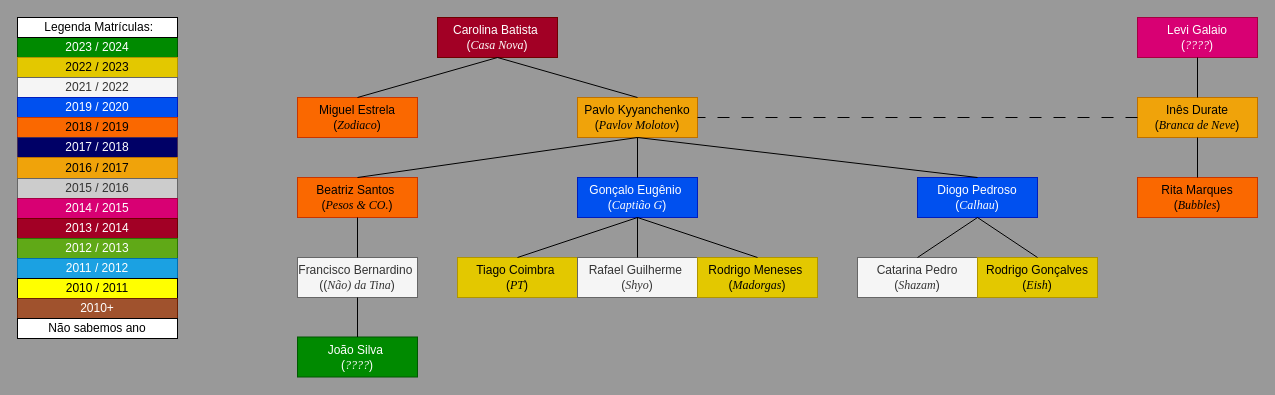
Above: Draw.io/Familia_da_Carolina_Batista.drawio in pdmtmr/PDMTMRTESTLOCATION-AKA-ARBUSTO (draw.io), before the change. Source tidied: cells renumbered, new cells numbered last; positions are measured from the earlier drawing's top-left corner, leaving out a move shared by most shapes. Both pictures are drawn from the tidied source at 100%, with x=0, y=0 at pixel (17, 17).
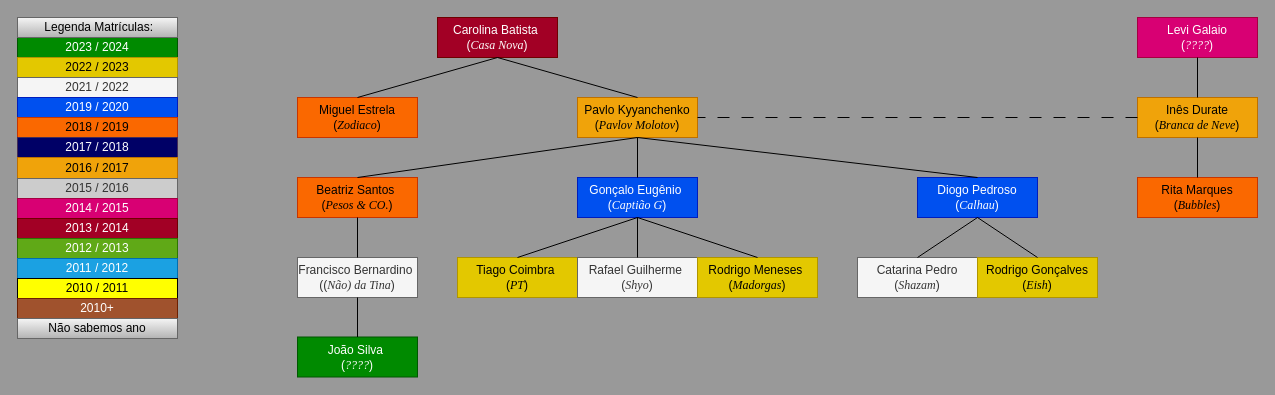
After the change.

The edit, as a diff of the source:
```diff
@@
-    <mxCell id="7" value="&amp;nbsp;Legenda Matrículas:" style="rounded=0;whiteSpace=wrap;html=1;" parent="1" vertex="1">
+    <mxCell id="7" value="&amp;nbsp;Legenda Matrículas:" style="rounded=0;whiteSpace=wrap;html=1;fillColor=#f5f5f5;gradientColor=#b3b3b3;strokeColor=#666666;" parent="1" vertex="1">
       <mxGeometry width="160" height="20" as="geometry" />
     </mxCell>
@@
-    <mxCell id="40" value="Não sabemos ano" style="rounded=0;whiteSpace=wrap;html=1;" parent="1" vertex="1">
+    <mxCell id="40" value="Não sabemos ano" style="rounded=0;whiteSpace=wrap;html=1;fillColor=#f5f5f5;gradientColor=#b3b3b3;strokeColor=#666666;" parent="1" vertex="1">
       <mxGeometry y="301" width="160" height="20" as="geometry" />
     </mxCell>
```
